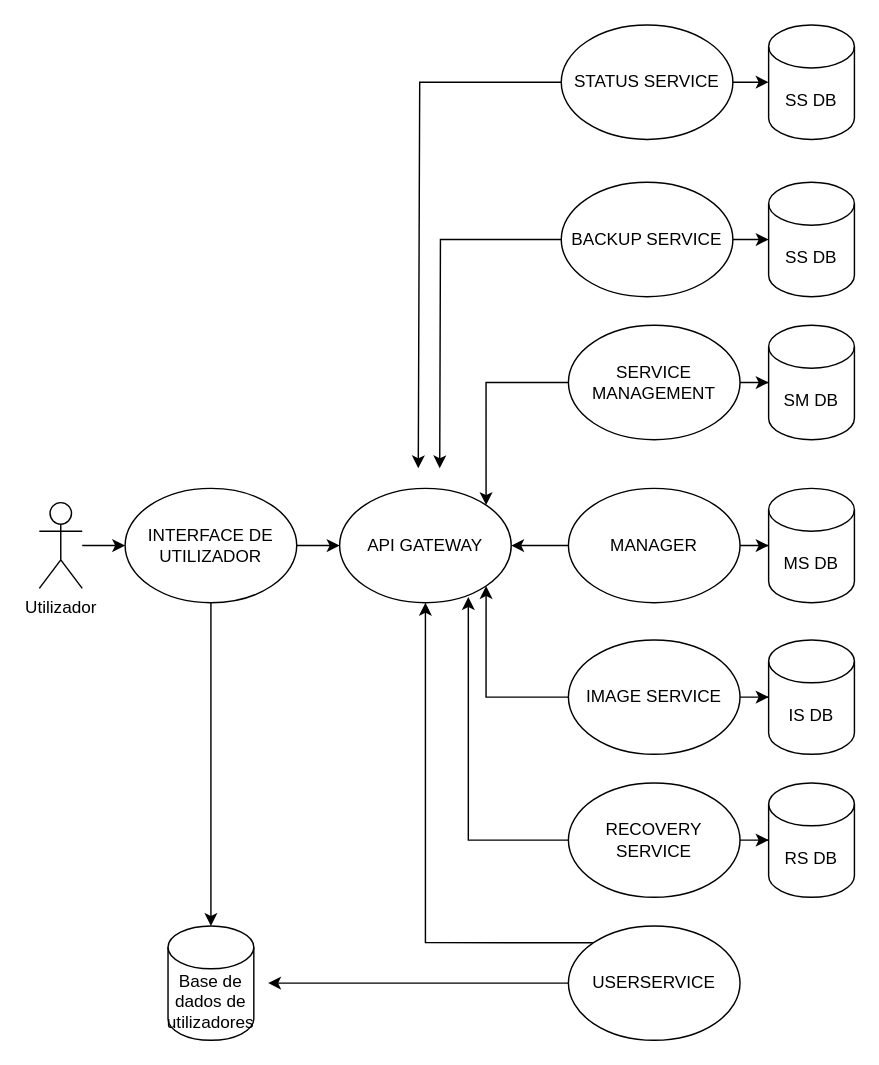
The draw.io diagram TRABALHO_TORICO/Diagramas/visaoGeral.drawio in magiccode4Dim/Desaster-Recover-System, before the edit. Source tidied: cells renumbered, new cells numbered last; positions are measured from the earlier drawing's top-left corner, leaving out a move shared by most shapes. Both pictures are drawn from the tidied source at 143%, with x=0, y=0 at pixel (39, 24).
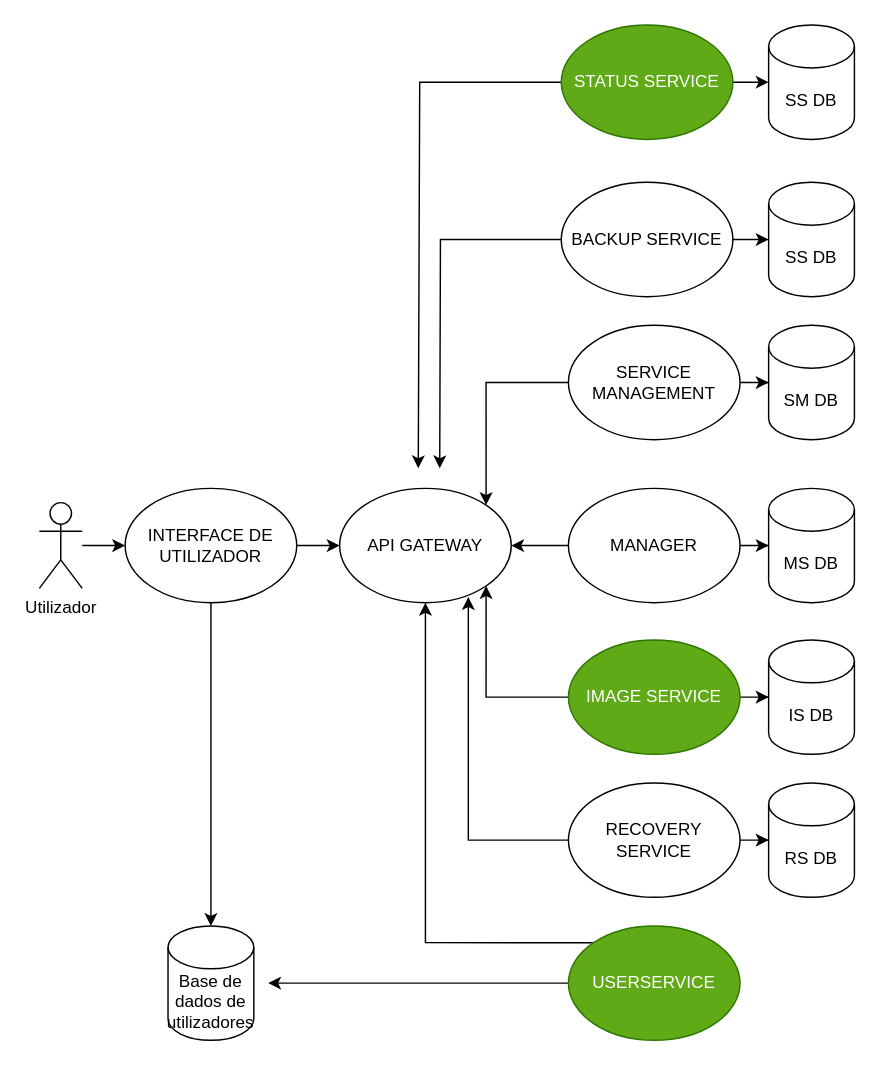
After the change.

The edit, as a diff of the source:
```diff
@@
-    <mxCell id="13" value="IMAGE SERVICE" style="ellipse;whiteSpace=wrap;html=1;" parent="1" vertex="1">
+    <mxCell id="13" value="IMAGE SERVICE" style="ellipse;whiteSpace=wrap;html=1;fillColor=#60a917;fontColor=#ffffff;strokeColor=#2D7600;" parent="1" vertex="1">
       <mxGeometry x="370" y="430" width="120" height="80" as="geometry" />
     </mxCell>
@@
-    <mxCell id="19" value="USERSERVICE" style="ellipse;whiteSpace=wrap;html=1;" parent="1" vertex="1">
+    <mxCell id="19" value="USERSERVICE" style="ellipse;whiteSpace=wrap;html=1;fillColor=#60a917;fontColor=#ffffff;strokeColor=#2D7600;" parent="1" vertex="1">
       <mxGeometry x="370" y="630" width="120" height="80" as="geometry" />
     </mxCell>
@@
-    <mxCell id="22" value="STATUS SERVICE" style="ellipse;whiteSpace=wrap;html=1;" parent="1" vertex="1">
+    <mxCell id="22" value="STATUS SERVICE" style="ellipse;whiteSpace=wrap;html=1;fillColor=#60a917;fontColor=#ffffff;strokeColor=#2D7600;" parent="1" vertex="1">
       <mxGeometry x="365" width="120" height="80" as="geometry" />
     </mxCell>
```
